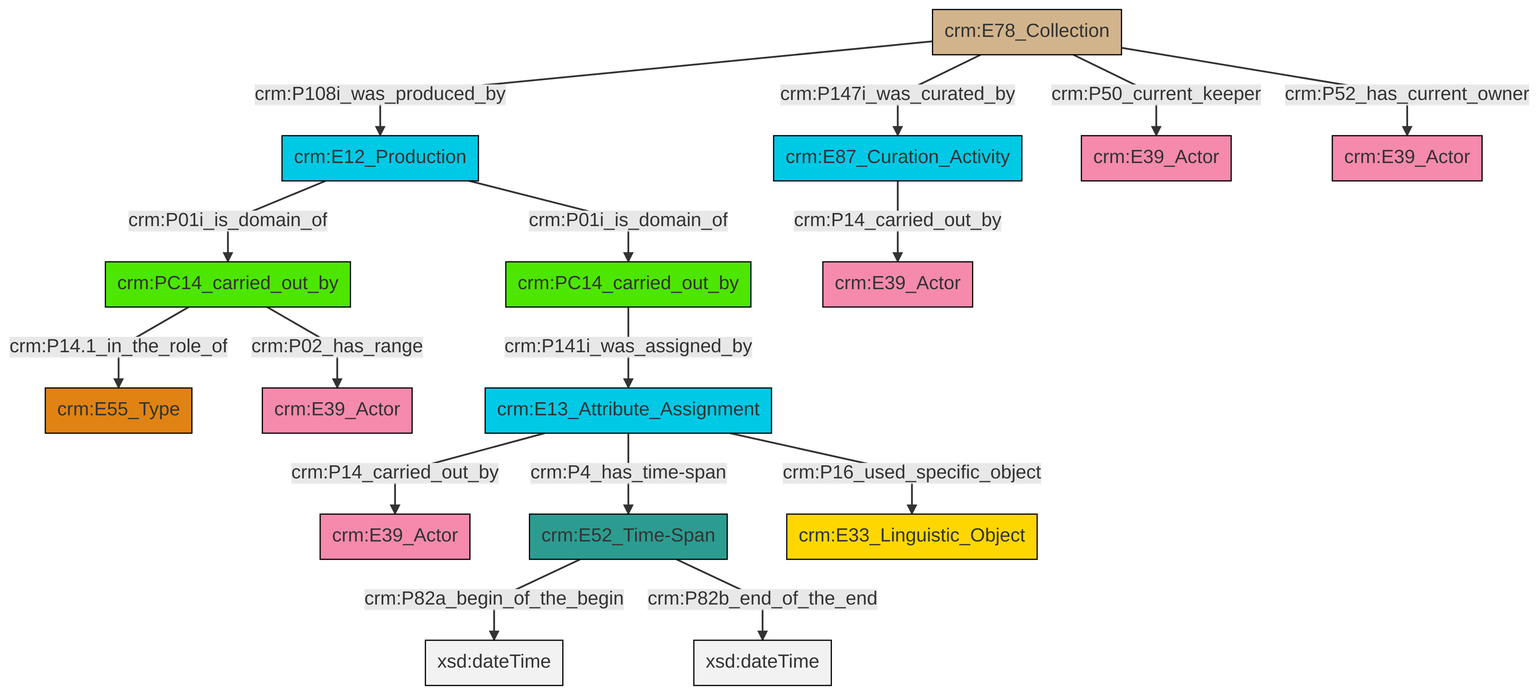
Above: et/archivalCSV/ttl/mmd/png/archival_relation.png in swiss-art-research-net/docs.swissartresearch (Mermaid), before the change. Its source is kept beside it as et/archivalCSV/ttl/mmd/archival_relation.ttl.mmd. The source it was exported from:
```mermaid
graph TD
classDef Literal fill:#f2f2f2,stroke:#000000;
classDef CRM_Entity fill:#FFFFFF,stroke:#000000;
classDef Temporal_Entity fill:#00C9E6, stroke:#000000;
classDef Type fill:#E18312, stroke:#000000;
classDef Time-Span fill:#2C9C91, stroke:#000000;
classDef Appellation fill:#FFEB7F, stroke:#000000;
classDef Place fill:#008836, stroke:#000000;
classDef Persistent_Item fill:#B266B2, stroke:#000000;
classDef Conceptual_Object fill:#FFD700, stroke:#000000;
classDef Physical_Thing fill:#D2B48C, stroke:#000000;
classDef Actor fill:#f58aad, stroke:#000000;
classDef PC_Classes fill:#4ce600, stroke:#000000;
classDef Multi fill:#cccccc,stroke:#000000;

0["crm:PC14_carried_out_by"]:::PC_Classes -->|crm:P14.1_in_the_role_of| 1["crm:E55_Type"]:::Type
2["crm:E78_Collection"]:::Physical_Thing -->|crm:P108i_was_produced_by| 4["crm:E12_Production"]:::Temporal_Entity
4["crm:E12_Production"]:::Temporal_Entity -->|crm:P01i_is_domain_of| 0["crm:PC14_carried_out_by"]:::PC_Classes
5["crm:E13_Attribute_Assignment"]:::Temporal_Entity -->|crm:P14_carried_out_by| 6["crm:E39_Actor"]:::Actor
0["crm:PC14_carried_out_by"]:::PC_Classes -->|crm:P02_has_range| 10["crm:E39_Actor"]:::Actor
2["crm:E78_Collection"]:::Physical_Thing -->|crm:P147i_was_curated_by| 14["crm:E87_Curation_Activity"]:::Temporal_Entity
5["crm:E13_Attribute_Assignment"]:::Temporal_Entity -->|crm:P4_has_time-span| 17["crm:E52_Time-Span"]:::Time-Span
2["crm:E78_Collection"]:::Physical_Thing -->|crm:P50_current_keeper| 11["crm:E39_Actor"]:::Actor
14["crm:E87_Curation_Activity"]:::Temporal_Entity -->|crm:P14_carried_out_by| 8["crm:E39_Actor"]:::Actor
5["crm:E13_Attribute_Assignment"]:::Temporal_Entity -->|crm:P16_used_specific_object| 21["crm:E33_Linguistic_Object"]:::Conceptual_Object
2["crm:E78_Collection"]:::Physical_Thing -->|crm:P52_has_current_owner| 15["crm:E39_Actor"]:::Actor
19["crm:PC14_carried_out_by"]:::PC_Classes -->|crm:P141i_was_assigned_by| 5["crm:E13_Attribute_Assignment"]:::Temporal_Entity
4["crm:E12_Production"]:::Temporal_Entity -->|crm:P01i_is_domain_of| 19["crm:PC14_carried_out_by"]:::PC_Classes
17["crm:E52_Time-Span"]:::Time-Span -->|crm:P82a_begin_of_the_begin| 27[xsd:dateTime]:::Literal
17["crm:E52_Time-Span"]:::Time-Span -->|crm:P82b_end_of_the_end| 28[xsd:dateTime]:::Literal
```
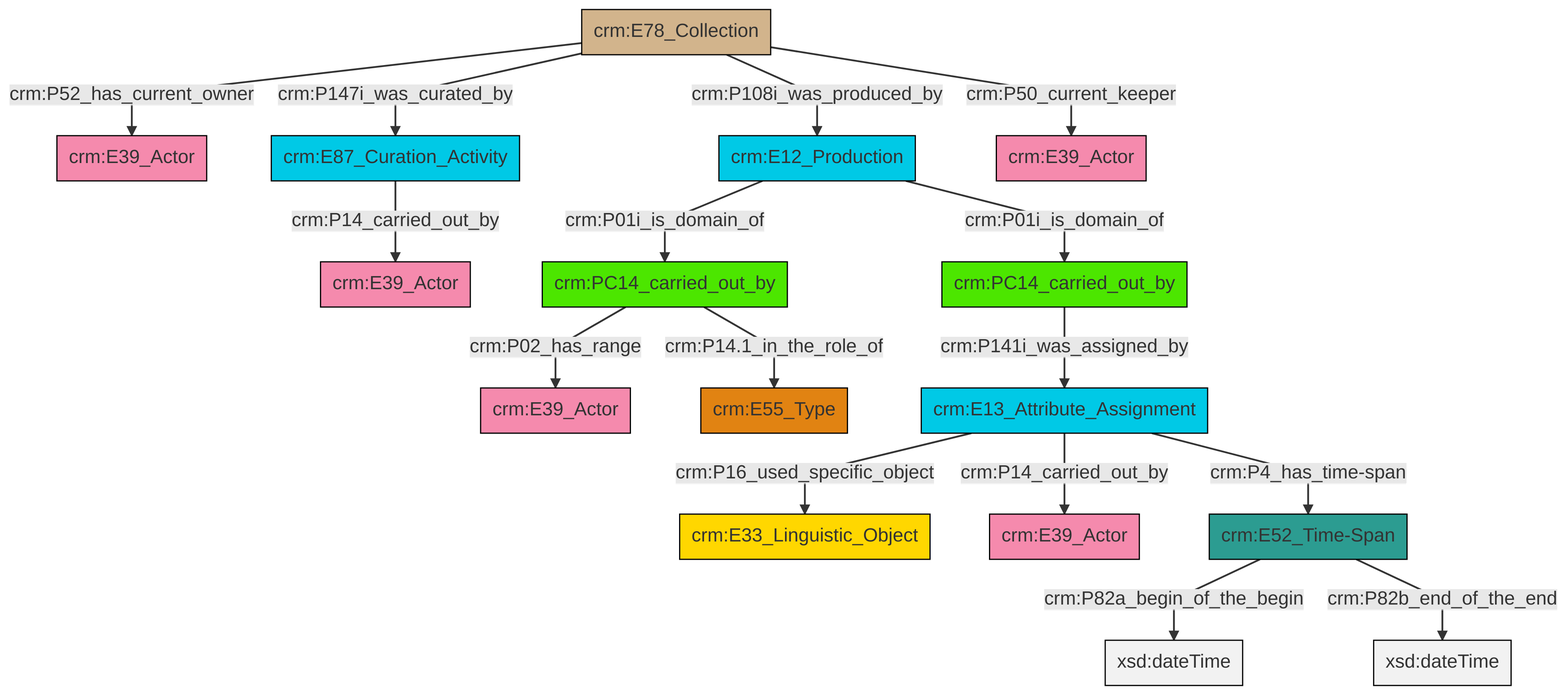
After the commit.

What changed in the source:
```diff
@@ -13,18 +13,18 @@
 classDef PC_Classes fill:#4ce600, stroke:#000000;
 classDef Multi fill:#cccccc,stroke:#000000;
 
-0["crm:PC14_carried_out_by"]:::PC_Classes -->|crm:P14.1_in_the_role_of| 1["crm:E55_Type"]:::Type
-2["crm:E78_Collection"]:::Physical_Thing -->|crm:P108i_was_produced_by| 4["crm:E12_Production"]:::Temporal_Entity
-4["crm:E12_Production"]:::Temporal_Entity -->|crm:P01i_is_domain_of| 0["crm:PC14_carried_out_by"]:::PC_Classes
-5["crm:E13_Attribute_Assignment"]:::Temporal_Entity -->|crm:P14_carried_out_by| 6["crm:E39_Actor"]:::Actor
-0["crm:PC14_carried_out_by"]:::PC_Classes -->|crm:P02_has_range| 10["crm:E39_Actor"]:::Actor
-2["crm:E78_Collection"]:::Physical_Thing -->|crm:P147i_was_curated_by| 14["crm:E87_Curation_Activity"]:::Temporal_Entity
-5["crm:E13_Attribute_Assignment"]:::Temporal_Entity -->|crm:P4_has_time-span| 17["crm:E52_Time-Span"]:::Time-Span
-2["crm:E78_Collection"]:::Physical_Thing -->|crm:P50_current_keeper| 11["crm:E39_Actor"]:::Actor
-14["crm:E87_Curation_Activity"]:::Temporal_Entity -->|crm:P14_carried_out_by| 8["crm:E39_Actor"]:::Actor
-5["crm:E13_Attribute_Assignment"]:::Temporal_Entity -->|crm:P16_used_specific_object| 21["crm:E33_Linguistic_Object"]:::Conceptual_Object
-2["crm:E78_Collection"]:::Physical_Thing -->|crm:P52_has_current_owner| 15["crm:E39_Actor"]:::Actor
-19["crm:PC14_carried_out_by"]:::PC_Classes -->|crm:P141i_was_assigned_by| 5["crm:E13_Attribute_Assignment"]:::Temporal_Entity
-4["crm:E12_Production"]:::Temporal_Entity -->|crm:P01i_is_domain_of| 19["crm:PC14_carried_out_by"]:::PC_Classes
-17["crm:E52_Time-Span"]:::Time-Span -->|crm:P82a_begin_of_the_begin| 27[xsd:dateTime]:::Literal
-17["crm:E52_Time-Span"]:::Time-Span -->|crm:P82b_end_of_the_end| 28[xsd:dateTime]:::Literal
+0["crm:E78_Collection"]:::Physical_Thing -->|crm:P52_has_current_owner| 1["crm:E39_Actor"]:::Actor
+4["crm:E87_Curation_Activity"]:::Temporal_Entity -->|crm:P14_carried_out_by| 5["crm:E39_Actor"]:::Actor
+6["crm:E13_Attribute_Assignment"]:::Temporal_Entity -->|crm:P16_used_specific_object| 7["crm:E33_Linguistic_Object"]:::Conceptual_Object
+2["crm:PC14_carried_out_by"]:::PC_Classes -->|crm:P141i_was_assigned_by| 6["crm:E13_Attribute_Assignment"]:::Temporal_Entity
+0["crm:E78_Collection"]:::Physical_Thing -->|crm:P147i_was_curated_by| 4["crm:E87_Curation_Activity"]:::Temporal_Entity
+0["crm:E78_Collection"]:::Physical_Thing -->|crm:P108i_was_produced_by| 11["crm:E12_Production"]:::Temporal_Entity
+11["crm:E12_Production"]:::Temporal_Entity -->|crm:P01i_is_domain_of| 14["crm:PC14_carried_out_by"]:::PC_Classes
+17["crm:E52_Time-Span"]:::Time-Span -->|crm:P82a_begin_of_the_begin| 18[xsd:dateTime]:::Literal
+14["crm:PC14_carried_out_by"]:::PC_Classes -->|crm:P02_has_range| 19["crm:E39_Actor"]:::Actor
+11["crm:E12_Production"]:::Temporal_Entity -->|crm:P01i_is_domain_of| 2["crm:PC14_carried_out_by"]:::PC_Classes
+6["crm:E13_Attribute_Assignment"]:::Temporal_Entity -->|crm:P14_carried_out_by| 22["crm:E39_Actor"]:::Actor
+6["crm:E13_Attribute_Assignment"]:::Temporal_Entity -->|crm:P4_has_time-span| 17["crm:E52_Time-Span"]:::Time-Span
+14["crm:PC14_carried_out_by"]:::PC_Classes -->|crm:P14.1_in_the_role_of| 15["crm:E55_Type"]:::Type
+0["crm:E78_Collection"]:::Physical_Thing -->|crm:P50_current_keeper| 8["crm:E39_Actor"]:::Actor
+17["crm:E52_Time-Span"]:::Time-Span -->|crm:P82b_end_of_the_end| 25[xsd:dateTime]:::Literal
```
